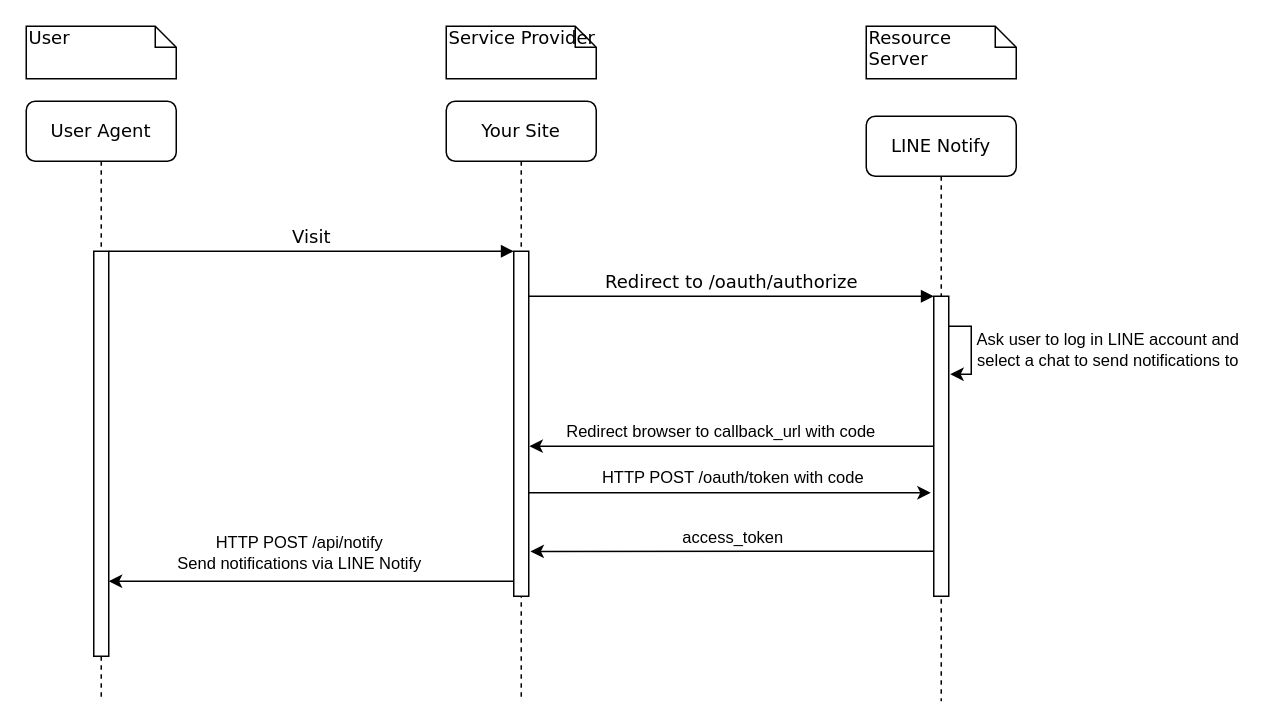
Earlier version of the draw.io diagram LINE-Notify-sequence-diagram.drawio (r04922101/LINE-Notify). Source tidied: cells renumbered, new cells numbered last; positions are measured from the earlier drawing's top-left corner, leaving out a move shared by most shapes. Both pictures are drawn from the tidied source at 150%, with x=0, y=0 at pixel (26, 26).
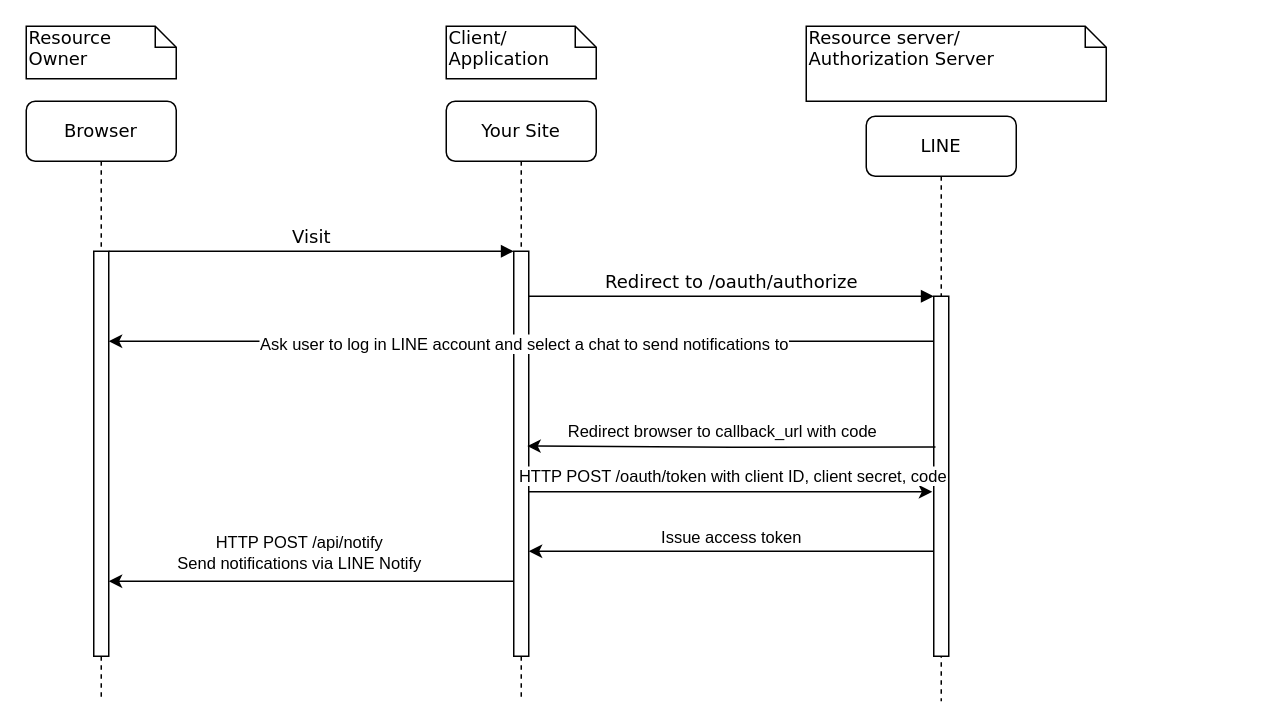
The same diagram, later.

Commit message (it also covers changes not shown here):
update sequence diagram

Unchanged cells that the change refers to:
```xml
<mxCell id="2" value="Your Site" style="shape=umlLifeline;perimeter=lifelinePerimeter;whiteSpace=wrap;html=1;rounded=1;shadow=0;comic=0;labelBackgroundColor=none;strokeWidth=1;fontFamily=Verdana;fontSize=12;align=center;" parent="1" vertex="1">
  <mxGeometry x="280" y="50" width="100" height="400" as="geometry" />
</mxCell>
<mxCell id="9" style="html=1;points=[];perimeter=orthogonalPerimeter;rounded=0;shadow=0;comic=0;labelBackgroundColor=none;strokeWidth=1;fontFamily=Verdana;fontSize=12;align=center;" parent="8" vertex="1">
  <mxGeometry x="45" y="100" width="10" height="270" as="geometry" />
</mxCell>
```

The edit, as a diff of the source:
```diff
@@
     <mxCell id="3" style="html=1;points=[];perimeter=orthogonalPerimeter;rounded=0;shadow=0;comic=0;labelBackgroundColor=none;strokeWidth=1;fontFamily=Verdana;fontSize=12;align=center;" parent="2" vertex="1">
-      <mxGeometry x="45" y="100" width="10" height="230" as="geometry" />
+      <mxGeometry x="45" y="100" width="10" height="270" as="geometry" />
     </mxCell>
-    <mxCell id="4" value="LINE Notify" style="shape=umlLifeline;perimeter=lifelinePerimeter;whiteSpace=wrap;html=1;rounded=1;shadow=0;comic=0;labelBackgroundColor=none;strokeWidth=1;fontFamily=Verdana;fontSize=12;align=center;" parent="1" vertex="1">
+    <mxCell id="4" value="LINE" style="shape=umlLifeline;perimeter=lifelinePerimeter;whiteSpace=wrap;html=1;rounded=1;shadow=0;comic=0;labelBackgroundColor=none;strokeWidth=1;fontFamily=Verdana;fontSize=12;align=center;" parent="1" vertex="1">
       <mxGeometry x="560" y="60" width="100" height="390" as="geometry" />
     </mxCell>
     <mxCell id="5" style="html=1;points=[];perimeter=orthogonalPerimeter;rounded=0;shadow=0;comic=0;labelBackgroundColor=none;strokeWidth=1;fontFamily=Verdana;fontSize=12;align=center;" parent="4" vertex="1">
-      <mxGeometry x="45" y="120" width="10" height="200" as="geometry" />
+      <mxGeometry x="45" y="120" width="10" height="240" as="geometry" />
     </mxCell>
-    <mxCell id="6" style="edgeStyle=orthogonalEdgeStyle;rounded=0;orthogonalLoop=1;jettySize=auto;html=1;entryX=1.1;entryY=0.26;entryDx=0;entryDy=0;entryPerimeter=0;" parent="4" edge="1" source="5" target="5">
-      <mxGeometry relative="1" as="geometry">
-        <Array as="points">
-          <mxPoint x="70" y="140" />
-        </Array>
-      </mxGeometry>
-    </mxCell>
-    <mxCell id="7" value="Ask user to log in LINE account and&lt;br&gt;select a chat to send notifications to" style="edgeLabel;html=1;align=center;verticalAlign=middle;" parent="6" vertex="1">
-      <mxGeometry x="-0.02" y="1" relative="1" as="geometry">
-        <mxPoint x="89" as="offset" />
-      </mxGeometry>
-    </mxCell>
-    <mxCell id="8" value="User Agent" style="shape=umlLifeline;perimeter=lifelinePerimeter;whiteSpace=wrap;html=1;rounded=1;shadow=0;comic=0;labelBackgroundColor=none;strokeWidth=1;fontFamily=Verdana;fontSize=12;align=center;" parent="1" vertex="1">
+    <mxCell id="8" value="Browser" style="shape=umlLifeline;perimeter=lifelinePerimeter;whiteSpace=wrap;html=1;rounded=1;shadow=0;comic=0;labelBackgroundColor=none;strokeWidth=1;fontFamily=Verdana;fontSize=12;align=center;" parent="1" vertex="1">
       <mxGeometry y="50" width="100" height="400" as="geometry" />
     </mxCell>
@@
-    <mxCell id="12" value="User" style="shape=note;whiteSpace=wrap;html=1;size=14;verticalAlign=top;align=left;spacingTop=-6;rounded=0;shadow=0;comic=0;labelBackgroundColor=none;strokeWidth=1;fontFamily=Verdana;fontSize=12;" parent="1" vertex="1">
+    <mxCell id="12" value="Resource Owner" style="shape=note;whiteSpace=wrap;html=1;size=14;verticalAlign=top;align=left;spacingTop=-6;rounded=0;shadow=0;comic=0;labelBackgroundColor=none;strokeWidth=1;fontFamily=Verdana;fontSize=12;" parent="1" vertex="1">
       <mxGeometry width="100" height="35" as="geometry" />
     </mxCell>
-    <mxCell id="13" value="Service Provider" style="shape=note;whiteSpace=wrap;html=1;size=14;verticalAlign=top;align=left;spacingTop=-6;rounded=0;shadow=0;comic=0;labelBackgroundColor=none;strokeWidth=1;fontFamily=Verdana;fontSize=12;" parent="1" vertex="1">
+    <mxCell id="13" value="Client/&lt;br&gt;Application" style="shape=note;whiteSpace=wrap;html=1;size=14;verticalAlign=top;align=left;spacingTop=-6;rounded=0;shadow=0;comic=0;labelBackgroundColor=none;strokeWidth=1;fontFamily=Verdana;fontSize=12;" parent="1" vertex="1">
       <mxGeometry x="280" width="100" height="35" as="geometry" />
     </mxCell>
-    <mxCell id="14" value="Resource Server" style="shape=note;whiteSpace=wrap;html=1;size=14;verticalAlign=top;align=left;spacingTop=-6;rounded=0;shadow=0;comic=0;labelBackgroundColor=none;strokeWidth=1;fontFamily=Verdana;fontSize=12;" parent="1" vertex="1">
-      <mxGeometry x="560" width="100" height="35" as="geometry" />
+    <mxCell id="14" value="Resource server/&lt;br&gt;Authorization Server" style="shape=note;whiteSpace=wrap;html=1;size=14;verticalAlign=top;align=left;spacingTop=-6;rounded=0;shadow=0;comic=0;labelBackgroundColor=none;strokeWidth=1;fontFamily=Verdana;fontSize=12;" parent="1" vertex="1">
+      <mxGeometry x="520" width="200" height="50" as="geometry" />
     </mxCell>
-    <mxCell id="15" value="Redirect browser to callback_url with code" style="edgeStyle=orthogonalEdgeStyle;rounded=0;jettySize=auto;html=1;entryX=1.041;entryY=0.565;entryDx=0;entryDy=0;entryPerimeter=0;" parent="1" edge="1" source="5" target="3">
-      <mxGeometry x="0.05" y="-10" relative="1" as="geometry">
-        <Array as="points">
-          <mxPoint x="410" y="280" />
-        </Array>
-      </mxGeometry>
+    <mxCell id="15" value="Redirect browser to callback_url with code" style="edgeStyle=orthogonalEdgeStyle;rounded=0;jettySize=auto;html=1;entryX=0.9;entryY=0.481;entryDx=0;entryDy=0;entryPerimeter=0;exitX=0.115;exitY=0.419;exitDx=0;exitDy=0;exitPerimeter=0;" parent="1" edge="1" source="5" target="3">
+      <mxGeometry x="0.05" y="-10" relative="1" as="geometry" />
     </mxCell>
-    <mxCell id="16" style="edgeStyle=orthogonalEdgeStyle;rounded=0;jettySize=auto;html=1;entryX=-0.2;entryY=0.655;entryDx=0;entryDy=0;entryPerimeter=0;" parent="1" edge="1" source="3" target="5">
+    <mxCell id="16" style="edgeStyle=orthogonalEdgeStyle;rounded=0;jettySize=auto;html=1;entryX=-0.098;entryY=0.543;entryDx=0;entryDy=0;entryPerimeter=0;" parent="1" edge="1" source="3" target="5">
       <mxGeometry relative="1" as="geometry">
         <Array as="points">
-          <mxPoint x="400" y="311" />
-          <mxPoint x="400" y="311" />
+          <mxPoint x="470" y="310" />
         </Array>
       </mxGeometry>
     </mxCell>
-    <mxCell id="17" value="HTTP POST /oauth/token with code" style="edgeLabel;html=1;align=center;verticalAlign=middle;" parent="16" vertex="1">
+    <mxCell id="17" value="HTTP POST /oauth/token with client ID, client secret, code" style="edgeLabel;html=1;align=center;verticalAlign=middle;" parent="16" vertex="1">
       <mxGeometry x="-0.18" y="2" relative="1" as="geometry">
         <mxPoint x="25" y="-9" as="offset" />
       </mxGeometry>
     </mxCell>
-    <mxCell id="18" style="edgeStyle=orthogonalEdgeStyle;rounded=0;jettySize=auto;html=1;entryX=1.112;entryY=0.87;entryDx=0;entryDy=0;entryPerimeter=0;" parent="1" edge="1" source="5" target="3">
+    <mxCell id="18" style="edgeStyle=orthogonalEdgeStyle;rounded=0;jettySize=auto;html=1;" parent="1" edge="1" source="5" target="3">
       <mxGeometry relative="1" as="geometry">
         <Array as="points">
-          <mxPoint x="540" y="350" />
-          <mxPoint x="540" y="350" />
+          <mxPoint x="510" y="350" />
+          <mxPoint x="510" y="350" />
         </Array>
       </mxGeometry>
     </mxCell>
-    <mxCell id="19" value="access_token" style="edgeLabel;html=1;align=center;verticalAlign=middle;" parent="18" vertex="1">
+    <mxCell id="19" value="Issue access token" style="edgeLabel;html=1;align=center;verticalAlign=middle;" parent="18" vertex="1">
       <mxGeometry x="-0.1" relative="1" as="geometry">
         <mxPoint x="-13.9" y="-10" as="offset" />
       </mxGeometry>
     </mxCell>
@@
+    <mxCell id="22" style="edgeStyle=orthogonalEdgeStyle;rounded=0;jettySize=auto;html=1;" parent="1" edge="1" source="5" target="9">
+      <mxGeometry relative="1" as="geometry">
+        <Array as="points">
+          <mxPoint x="200" y="210" />
+          <mxPoint x="200" y="210" />
+        </Array>
+      </mxGeometry>
+    </mxCell>
+    <mxCell id="7" value="Ask user to log in LINE account and select a chat to send notifications to" style="edgeLabel;html=1;align=center;verticalAlign=middle;" parent="22" vertex="1">
+      <mxGeometry x="-0.19" y="1" relative="1" as="geometry">
+        <mxPoint x="-51" as="offset" />
+      </mxGeometry>
+    </mxCell>
```
